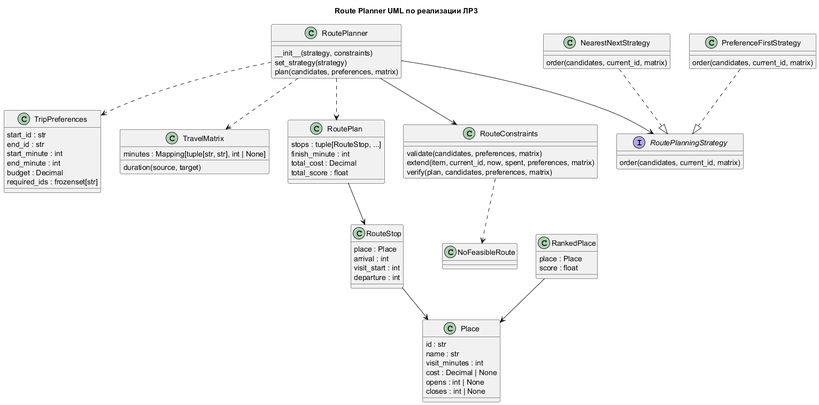
This is diagrams/lab3-route-planner.png from nbrkvv/travel-route-planner, a PlantUML export, as it was before one commit.
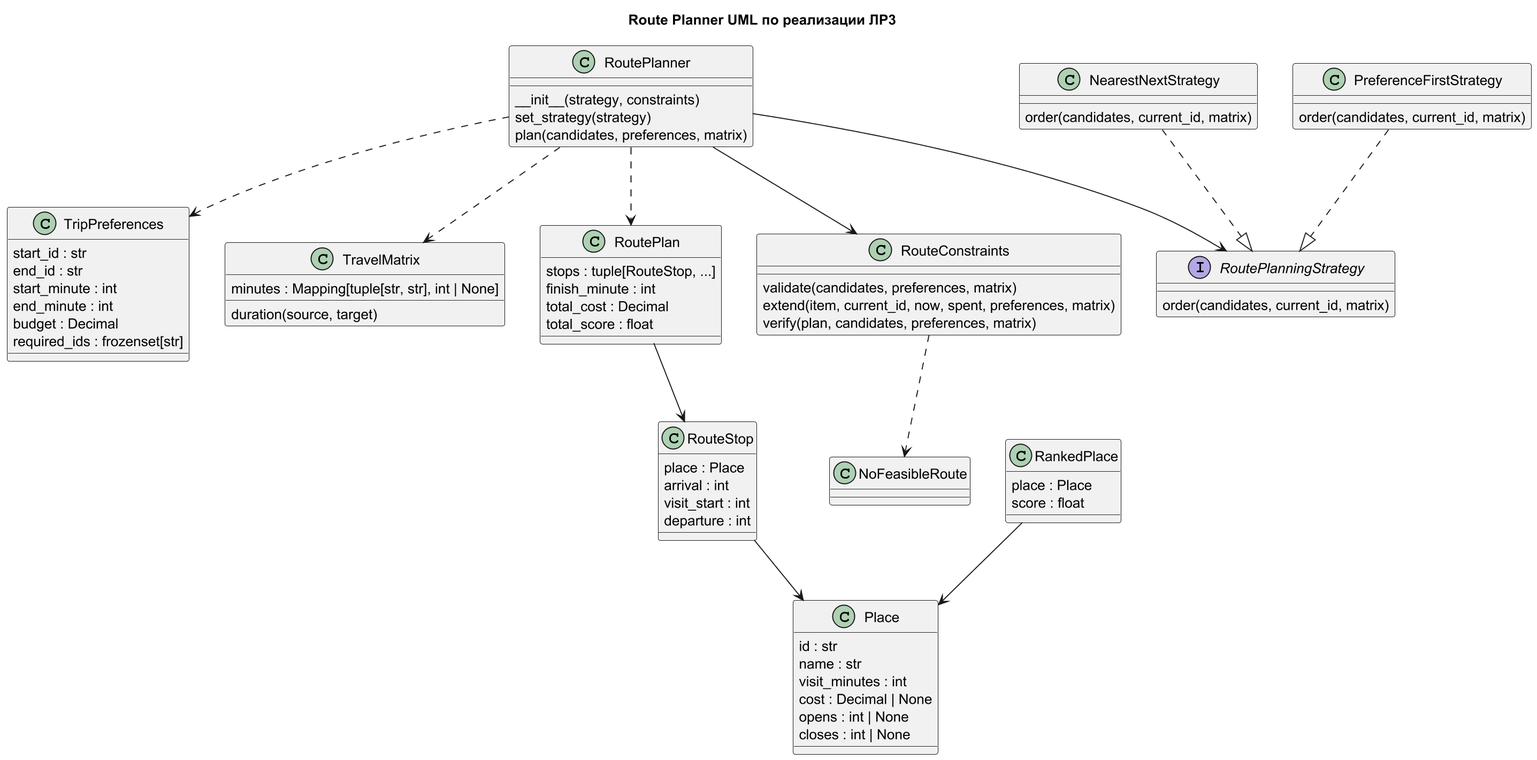
After the change.

Diff of the diagram source:
```diff
@@ -1,4 +1,5 @@
 @startuml
+skinparamlocked dpi 180
 title Route Planner UML по реализации ЛР3
 class NoFeasibleRoute {
 }
```
